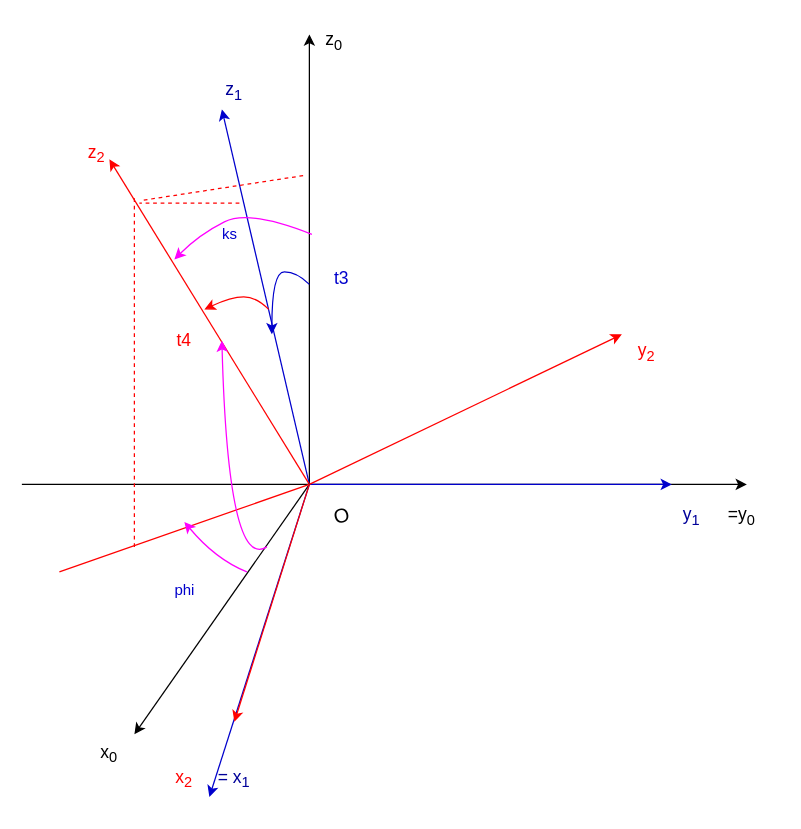
This is modeling/vscode_draw/two_links&continuum.drawio from Ouch-Lee/diploma_project, a draw.io file, before an edit. Source tidied: cells renumbered, new cells numbered last; positions are measured from the earlier drawing's top-left corner, leaving out a move shared by most shapes. Both pictures are drawn from the tidied source at 125%, with x=0, y=0 at pixel (21, 21).
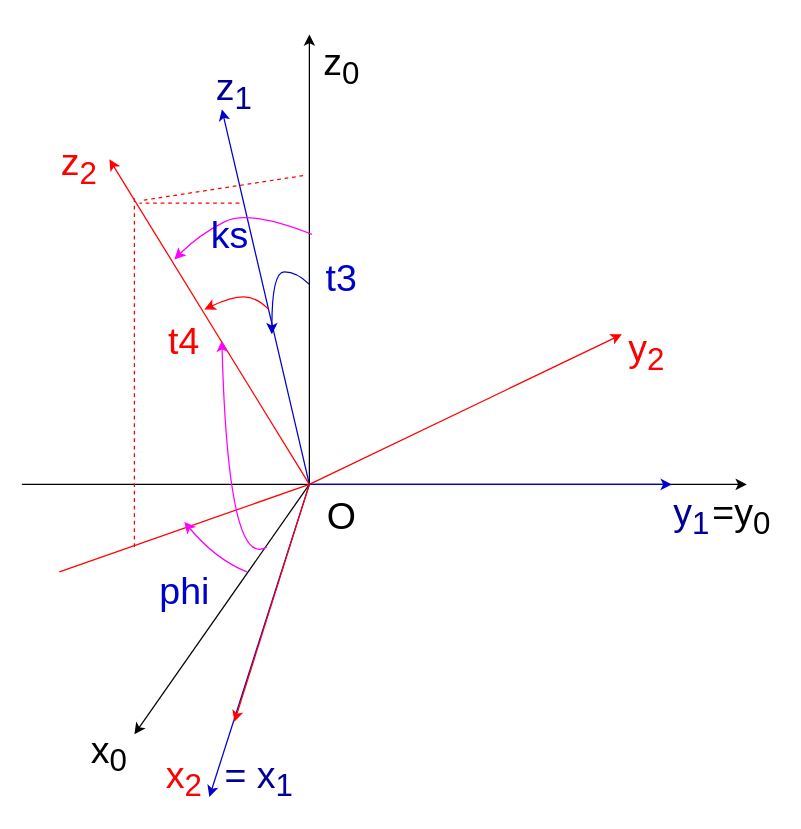
The same diagram, later.

Change to the diagram source:
```diff
@@
-<mxGraphModel>
+<mxGraphModel background="#FFFFFF">
@@
-    <mxCell id="5" value="&lt;font style=&quot;font-size: 14px;&quot;&gt;z&lt;sub&gt;0&lt;/sub&gt;&lt;/font&gt;" style="text;html=1;strokeColor=none;fillColor=none;align=center;verticalAlign=middle;whiteSpace=wrap;rounded=0;" parent="1" vertex="1">
-      <mxGeometry x="220" width="60" height="30" as="geometry" />
+    <mxCell id="5" value="&lt;font style=&quot;font-size: 30px;&quot;&gt;z&lt;sub&gt;0&lt;/sub&gt;&lt;/font&gt;" style="text;html=1;strokeColor=none;fillColor=none;align=center;verticalAlign=middle;whiteSpace=wrap;rounded=0;" parent="1" vertex="1">
+      <mxGeometry x="226" y="20" width="60" height="30" as="geometry" />
     </mxCell>
-    <mxCell id="6" value="&lt;font style=&quot;font-size: 14px;&quot;&gt;x&lt;sub&gt;0&lt;/sub&gt;&lt;/font&gt;" style="text;html=1;strokeColor=none;fillColor=none;align=center;verticalAlign=middle;whiteSpace=wrap;rounded=0;" parent="1" vertex="1">
+    <mxCell id="6" value="&lt;font style=&quot;font-size: 30px;&quot;&gt;x&lt;sub&gt;0&lt;/sub&gt;&lt;/font&gt;" style="text;html=1;strokeColor=none;fillColor=none;align=center;verticalAlign=middle;whiteSpace=wrap;rounded=0;" parent="1" vertex="1">
       <mxGeometry x="40" y="570" width="60" height="30" as="geometry" />
     </mxCell>
-    <mxCell id="7" value="&lt;font style=&quot;font-size: 14px;&quot;&gt;=y&lt;sub&gt;0&lt;/sub&gt;&lt;/font&gt;" style="text;html=1;strokeColor=none;fillColor=none;align=center;verticalAlign=middle;whiteSpace=wrap;rounded=0;" parent="1" vertex="1">
+    <mxCell id="7" value="&lt;font style=&quot;font-size: 30px;&quot;&gt;=y&lt;sub&gt;0&lt;/sub&gt;&lt;/font&gt;" style="text;html=1;strokeColor=none;fillColor=none;align=center;verticalAlign=middle;whiteSpace=wrap;rounded=0;" parent="1" vertex="1">
       <mxGeometry x="546" y="380" width="60" height="30" as="geometry" />
     </mxCell>
@@
-    <mxCell id="11" value="&lt;font color=&quot;#000099&quot;&gt;y&lt;sub&gt;1&lt;/sub&gt;&lt;/font&gt;" style="text;html=1;strokeColor=none;fillColor=none;align=center;verticalAlign=middle;whiteSpace=wrap;rounded=0;fontSize=14;" parent="1" vertex="1">
+    <mxCell id="11" value="&lt;font style=&quot;font-size: 30px;&quot; color=&quot;#000099&quot;&gt;y&lt;sub&gt;1&lt;/sub&gt;&lt;/font&gt;" style="text;html=1;strokeColor=none;fillColor=none;align=center;verticalAlign=middle;whiteSpace=wrap;rounded=0;fontSize=14;" parent="1" vertex="1">
       <mxGeometry x="506" y="380" width="60" height="30" as="geometry" />
     </mxCell>
-    <mxCell id="12" value="&lt;font color=&quot;#000099&quot;&gt;z&lt;sub&gt;1&lt;/sub&gt;&lt;/font&gt;" style="text;html=1;strokeColor=none;fillColor=none;align=center;verticalAlign=middle;whiteSpace=wrap;rounded=0;fontSize=14;" parent="1" vertex="1">
+    <mxCell id="12" value="&lt;font style=&quot;font-size: 30px;&quot; color=&quot;#000099&quot;&gt;z&lt;sub&gt;1&lt;/sub&gt;&lt;/font&gt;" style="text;html=1;strokeColor=none;fillColor=none;align=center;verticalAlign=middle;whiteSpace=wrap;rounded=0;fontSize=14;" parent="1" vertex="1">
       <mxGeometry x="140" y="40" width="60" height="30" as="geometry" />
     </mxCell>
-    <mxCell id="13" value="&lt;font color=&quot;#000099&quot;&gt;= x&lt;sub&gt;1&lt;/sub&gt;&lt;/font&gt;" style="text;html=1;strokeColor=none;fillColor=none;align=center;verticalAlign=middle;whiteSpace=wrap;rounded=0;fontSize=14;" parent="1" vertex="1">
-      <mxGeometry x="140" y="590" width="60" height="30" as="geometry" />
+    <mxCell id="13" value="&lt;font style=&quot;font-size: 30px;&quot; color=&quot;#000099&quot;&gt;= x&lt;sub&gt;1&lt;/sub&gt;&lt;/font&gt;" style="text;html=1;strokeColor=none;fillColor=none;align=center;verticalAlign=middle;whiteSpace=wrap;rounded=0;fontSize=14;" parent="1" vertex="1">
+      <mxGeometry x="160" y="590" width="60" height="30" as="geometry" />
     </mxCell>
@@
-    <mxCell id="19" value="&lt;font color=&quot;#ff0000&quot;&gt;z&lt;sub style=&quot;&quot;&gt;2&lt;/sub&gt;&lt;/font&gt;" style="text;html=1;strokeColor=none;fillColor=none;align=center;verticalAlign=middle;whiteSpace=wrap;rounded=0;fontSize=14;" parent="1" vertex="1">
-      <mxGeometry x="30" y="90" width="60" height="30" as="geometry" />
+    <mxCell id="19" value="&lt;font style=&quot;font-size: 30px;&quot; color=&quot;#ff0000&quot;&gt;z&lt;sub style=&quot;&quot;&gt;2&lt;/sub&gt;&lt;/font&gt;" style="text;html=1;strokeColor=none;fillColor=none;align=center;verticalAlign=middle;whiteSpace=wrap;rounded=0;fontSize=14;" parent="1" vertex="1">
+      <mxGeometry x="16" y="100" width="60" height="30" as="geometry" />
     </mxCell>
-    <mxCell id="20" value="&lt;font color=&quot;#ff0000&quot;&gt;y&lt;sub style=&quot;&quot;&gt;2&lt;/sub&gt;&lt;/font&gt;" style="text;html=1;strokeColor=none;fillColor=none;align=center;verticalAlign=middle;whiteSpace=wrap;rounded=0;fontSize=14;" parent="1" vertex="1">
+    <mxCell id="20" value="&lt;font style=&quot;font-size: 30px;&quot; color=&quot;#ff0000&quot;&gt;y&lt;sub style=&quot;&quot;&gt;2&lt;/sub&gt;&lt;/font&gt;" style="text;html=1;strokeColor=none;fillColor=none;align=center;verticalAlign=middle;whiteSpace=wrap;rounded=0;fontSize=14;" parent="1" vertex="1">
       <mxGeometry x="470" y="249" width="60" height="30" as="geometry" />
     </mxCell>
-    <mxCell id="21" value="&lt;font color=&quot;#ff0000&quot;&gt;x&lt;sub style=&quot;&quot;&gt;2&lt;/sub&gt;&lt;/font&gt;" style="text;html=1;strokeColor=none;fillColor=none;align=center;verticalAlign=middle;whiteSpace=wrap;rounded=0;fontSize=14;" parent="1" vertex="1">
+    <mxCell id="21" value="&lt;font style=&quot;font-size: 30px;&quot; color=&quot;#ff0000&quot;&gt;x&lt;sub style=&quot;&quot;&gt;2&lt;/sub&gt;&lt;/font&gt;" style="text;html=1;strokeColor=none;fillColor=none;align=center;verticalAlign=middle;whiteSpace=wrap;rounded=0;fontSize=14;" parent="1" vertex="1">
       <mxGeometry x="100" y="590" width="60" height="30" as="geometry" />
     </mxCell>
@@
-    <mxCell id="28" value="t4" style="text;html=1;strokeColor=none;fillColor=none;align=center;verticalAlign=middle;whiteSpace=wrap;rounded=0;fontSize=14;fontColor=#FF0000;" parent="1" vertex="1">
+    <mxCell id="28" value="&lt;font style=&quot;font-size: 30px;&quot;&gt;t4&lt;/font&gt;" style="text;html=1;strokeColor=none;fillColor=none;align=center;verticalAlign=middle;whiteSpace=wrap;rounded=0;fontSize=14;fontColor=#FF0000;" parent="1" vertex="1">
       <mxGeometry x="100" y="240" width="60" height="30" as="geometry" />
     </mxCell>
@@
-    <mxCell id="30" value="&lt;font style=&quot;font-size: 16px;&quot;&gt;O&lt;/font&gt;" style="text;html=1;strokeColor=none;fillColor=none;align=center;verticalAlign=middle;whiteSpace=wrap;rounded=0;rotation=-15;" parent="1" vertex="1">
+    <mxCell id="30" value="&lt;font style=&quot;font-size: 30px;&quot;&gt;O&lt;/font&gt;" style="text;html=1;strokeColor=none;fillColor=none;align=center;verticalAlign=middle;whiteSpace=wrap;rounded=0;rotation=0;" parent="1" vertex="1">
       <mxGeometry x="226" y="380" width="60" height="30" as="geometry" />
     </mxCell>
-    <mxCell id="31" value="&lt;font color=&quot;#0000cc&quot;&gt;t3&lt;/font&gt;" style="text;html=1;strokeColor=none;fillColor=none;align=center;verticalAlign=middle;whiteSpace=wrap;rounded=0;fontSize=14;fontColor=#FF0000;" parent="1" vertex="1">
+    <mxCell id="31" value="&lt;font style=&quot;font-size: 30px;&quot; color=&quot;#0000cc&quot;&gt;t3&lt;/font&gt;" style="text;html=1;strokeColor=none;fillColor=none;align=center;verticalAlign=middle;whiteSpace=wrap;rounded=0;fontSize=14;fontColor=#FF0000;" parent="1" vertex="1">
       <mxGeometry x="226" y="190" width="60" height="30" as="geometry" />
     </mxCell>
-    <mxCell id="32" value="ks" style="text;html=1;align=center;verticalAlign=middle;strokeColor=none;fillColor=none;fontColor=#0000CC;" parent="1" vertex="1">
-      <mxGeometry x="146" y="155" width="40" height="30" as="geometry" />
+    <mxCell id="32" value="&lt;font style=&quot;font-size: 30px;&quot;&gt;ks&lt;/font&gt;" style="text;html=1;align=center;verticalAlign=middle;strokeColor=none;fillColor=none;fontColor=#0000CC;" parent="1" vertex="1">
+      <mxGeometry x="141" y="145" width="50" height="50" as="geometry" />
     </mxCell>
-    <mxCell id="33" value="phi" style="text;html=1;align=center;verticalAlign=middle;strokeColor=none;fillColor=none;fontColor=#0000CC;" parent="1" vertex="1">
-      <mxGeometry x="110" y="440" width="40" height="30" as="geometry" />
+    <mxCell id="33" value="&lt;font style=&quot;font-size: 30px;&quot;&gt;phi&lt;/font&gt;" style="text;html=1;align=center;verticalAlign=middle;strokeColor=none;fillColor=none;fontColor=#0000CC;" parent="1" vertex="1">
+      <mxGeometry x="100" y="430" width="60" height="50" as="geometry" />
     </mxCell>
```
